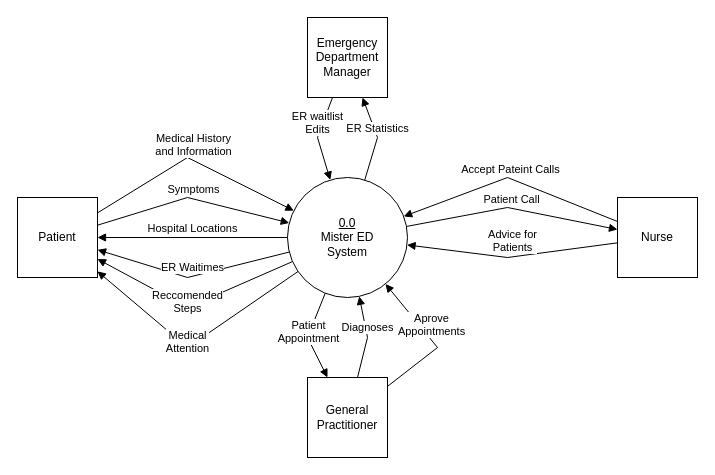
Before: OliverWork/Milestone2/DFDContextLevel.drawio in SENG-350-2024-fall/Team9, a draw.io diagram. Source tidied: cells renumbered, new cells numbered last; positions are measured from the earlier drawing's top-left corner, leaving out a move shared by most shapes. Both pictures are drawn from the tidied source at 100%, with x=0, y=0 at pixel (17, 17).
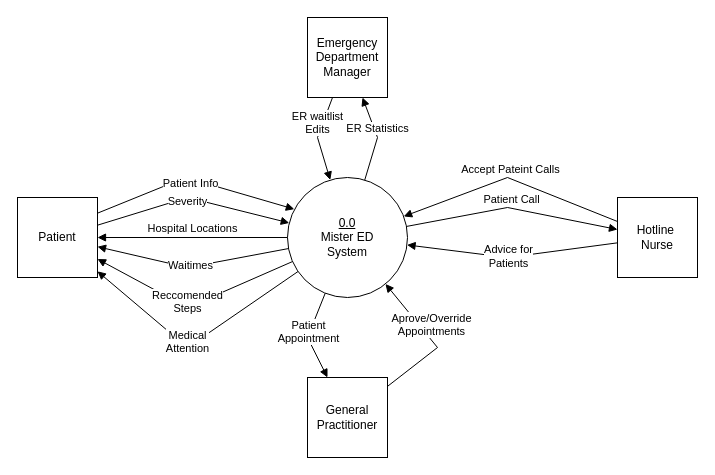
After the change.

Unchanged cells that the change refers to:
```xml
<mxCell id="2" value="&lt;div&gt;&lt;u&gt;0.0&lt;/u&gt;&lt;/div&gt;Mister ED&lt;div&gt;System&lt;/div&gt;" style="ellipse;whiteSpace=wrap;html=1;" parent="1" vertex="1">
  <mxGeometry x="270" y="160" width="120" height="120" as="geometry" />
</mxCell>
<mxCell id="3" value="Patient" style="whiteSpace=wrap;html=1;" parent="1" vertex="1">
  <mxGeometry y="180" width="80" height="80" as="geometry" />
</mxCell>
<mxCell id="5" value="General Practitioner" style="whiteSpace=wrap;html=1;" parent="1" vertex="1">
  <mxGeometry x="290" y="360" width="80" height="80" as="geometry" />
</mxCell>
```

What changed in the source:
```diff
@@
-    <mxCell id="4" value="Nurse" style="whiteSpace=wrap;html=1;" parent="1" vertex="1">
+    <mxCell id="4" value="Hotline&amp;nbsp;&lt;div&gt;Nurse&lt;/div&gt;" style="whiteSpace=wrap;html=1;" parent="1" vertex="1">
       <mxGeometry x="600" y="180" width="80" height="80" as="geometry" />
     </mxCell>
@@
-    <mxCell id="7" value="Symptoms" style="html=1;verticalAlign=bottom;endArrow=block;curved=0;rounded=0;" parent="1" edge="1" source="3" target="2">
+    <mxCell id="7" style="html=1;verticalAlign=bottom;endArrow=block;curved=0;rounded=0;" parent="1" edge="1" source="3" target="2">
       <mxGeometry relative="1" as="geometry">
         <Array as="points">
           <mxPoint x="170" y="180" />
         </Array>
       </mxGeometry>
     </mxCell>
+    <mxCell id="21" value="Severity" style="edgeLabel;html=1;align=center;verticalAlign=middle;" parent="7" vertex="1">
+      <mxGeometry x="0.2" y="2" relative="1" as="geometry">
+        <mxPoint x="-25" y="-1" as="offset" />
+      </mxGeometry>
+    </mxCell>
-    <mxCell id="8" value="ER Waitimes" style="html=1;verticalAlign=bottom;endArrow=block;curved=0;rounded=0;" parent="1" edge="1" source="2" target="3">
+    <mxCell id="8" style="html=1;verticalAlign=bottom;endArrow=block;curved=0;rounded=0;" parent="1" edge="1" source="2" target="3">
       <mxGeometry relative="1" as="geometry">
         <Array as="points">
-          <mxPoint x="170" y="260" />
+          <mxPoint x="170" y="250" />
         </Array>
       </mxGeometry>
     </mxCell>
+    <mxCell id="22" value="Waitimes" style="edgeLabel;html=1;align=center;verticalAlign=middle;" parent="8" vertex="1">
+      <mxGeometry x="-0.08" y="1" relative="1" as="geometry">
+        <mxPoint x="-10" y="-1" as="offset" />
+      </mxGeometry>
+    </mxCell>
@@
-    <mxCell id="10" value="Medical History&lt;div&gt;and Information&lt;/div&gt;" style="html=1;verticalAlign=bottom;endArrow=block;curved=0;rounded=0;" parent="1" edge="1" source="3" target="2">
-      <mxGeometry relative="1" as="geometry">
-        <Array as="points">
-          <mxPoint x="170" y="140" />
-        </Array>
-      </mxGeometry>
-    </mxCell>
@@
-    <mxCell id="12" value="Advice for&lt;div&gt;Patients&lt;/div&gt;" style="html=1;verticalAlign=bottom;endArrow=block;curved=0;rounded=0;" parent="1" edge="1" source="4" target="2">
-      <mxGeometry relative="1" as="geometry">
+    <mxCell id="12" style="html=1;verticalAlign=bottom;endArrow=block;curved=0;rounded=0;" parent="1" edge="1" source="4" target="2">
+      <mxGeometry x="-0.15" y="-7" relative="1" as="geometry">
         <Array as="points">
           <mxPoint x="490" y="240" />
         </Array>
       </mxGeometry>
     </mxCell>
-    <mxCell id="13" value="Diagnoses" style="html=1;verticalAlign=bottom;endArrow=block;curved=0;rounded=0;" parent="1" edge="1" source="5" target="2">
-      <mxGeometry relative="1" as="geometry">
-        <Array as="points">
-          <mxPoint x="350" y="320" />
-        </Array>
-      </mxGeometry>
-    </mxCell>
+    <mxCell id="23" value="Advice for&lt;div&gt;Patients&lt;/div&gt;" style="edgeLabel;html=1;align=center;verticalAlign=middle;" parent="12" vertex="1">
+      <mxGeometry x="-0.17" y="2" relative="1" as="geometry">
+        <mxPoint x="-23" as="offset" />
+      </mxGeometry>
+    </mxCell>
@@
-    <mxCell id="19" value="Aprove&lt;div&gt;Appointments&lt;/div&gt;" style="html=1;verticalAlign=bottom;endArrow=block;curved=0;rounded=0;" parent="1" edge="1" source="5" target="2">
+    <mxCell id="19" value="Aprove/Override&lt;div&gt;Appointments&lt;/div&gt;" style="html=1;verticalAlign=bottom;endArrow=block;curved=0;rounded=0;" parent="1" edge="1" source="5" target="2">
       <mxGeometry relative="1" as="geometry">
         <Array as="points">
           <mxPoint x="420" y="330" />
         </Array>
       </mxGeometry>
     </mxCell>
@@
+    <mxCell id="10" style="html=1;verticalAlign=bottom;endArrow=block;curved=0;rounded=0;exitX=1;exitY=0.196;exitDx=0;exitDy=0;exitPerimeter=0;entryX=0.057;entryY=0.264;entryDx=0;entryDy=0;entryPerimeter=0;" parent="1" edge="1" source="3" target="2">
+      <mxGeometry relative="1" as="geometry">
+        <Array as="points">
+          <mxPoint x="168" y="160" />
+        </Array>
+      </mxGeometry>
+    </mxCell>
+    <mxCell id="24" value="Patient Info" style="edgeLabel;html=1;align=center;verticalAlign=middle;" parent="10" vertex="1">
+      <mxGeometry x="0.2" y="2" relative="1" as="geometry">
+        <mxPoint x="-25" y="-1" as="offset" />
+      </mxGeometry>
+    </mxCell>
```
